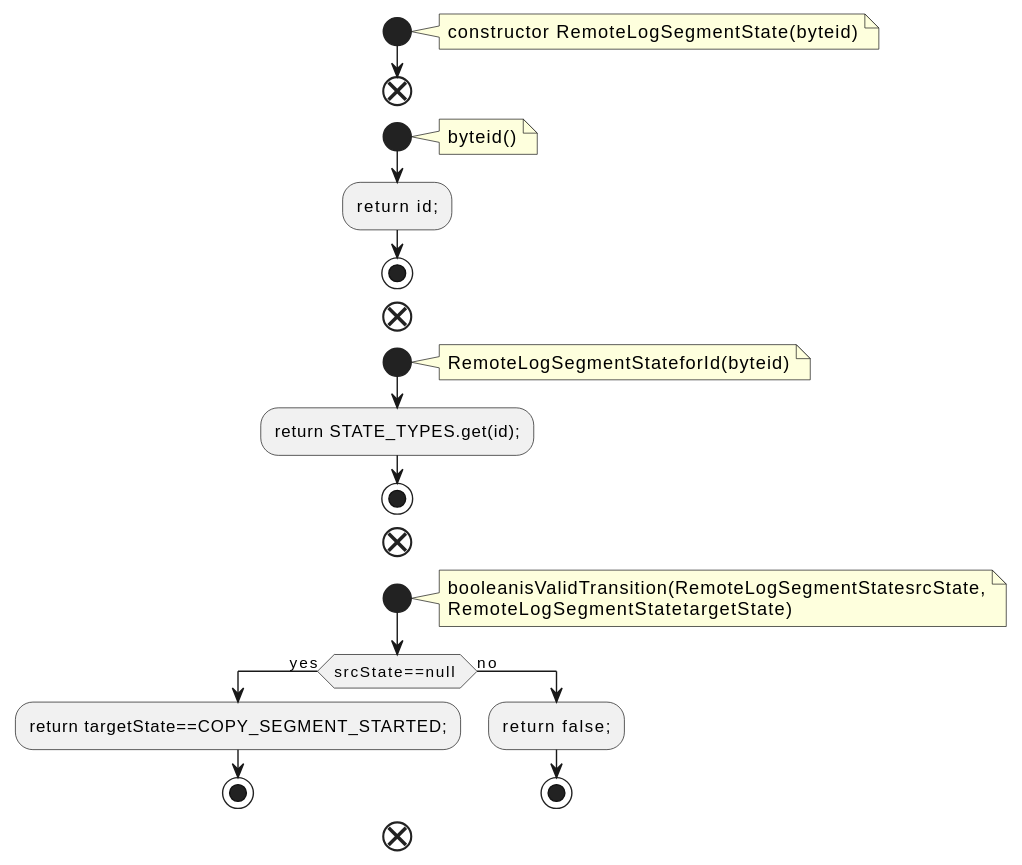
Before: docs/qc/storage/api/src/main/java/org/apache/kafka/server/log/remote/storage/RemoteLogSegmentState.java.fct.svg, a diagram exported from PlantUML (qualitesys/kafka).
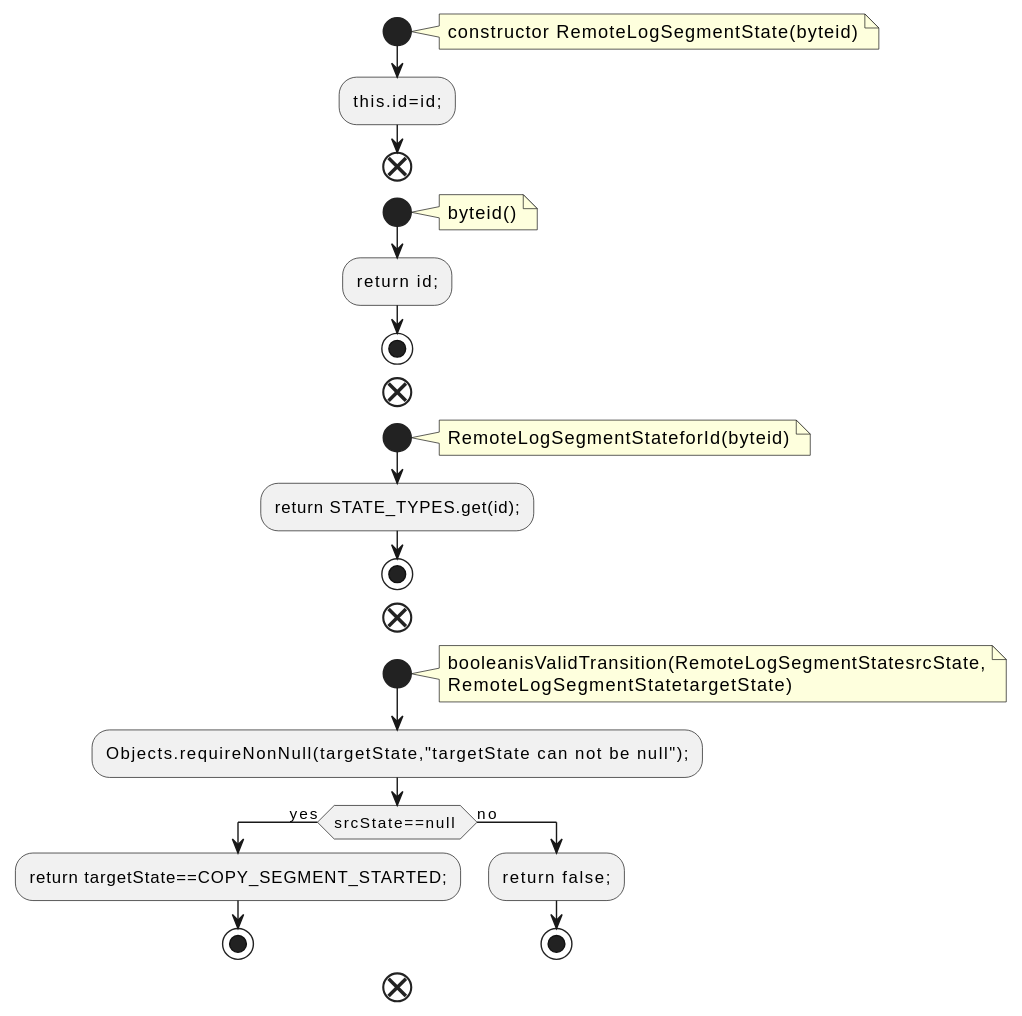
Later version of the same file.

Diff of the diagram source:
```diff
@@ -4,6 +4,7 @@
 note right
 constructor RemoteLogSegmentState(byteid)
 end note
+:this.id=id;;
 end
 start
 note right
@@ -24,6 +25,7 @@
 booleanisValidTransition(RemoteLogSegmentStatesrcState,
 RemoteLogSegmentStatetargetState)
 end note
+:Objects.requireNonNull(targetState,"targetState can not be null");;
 if (srcState==null ) then (yes)
 :return targetState==COPY_SEGMENT_STARTED;;
 stop
```
